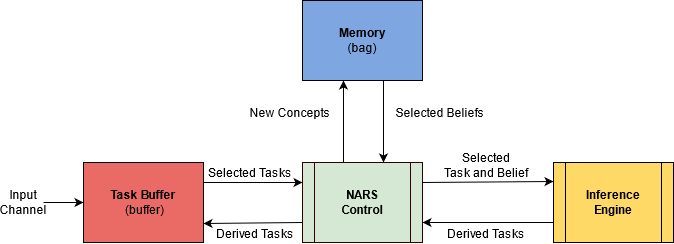
This is Documentation/Diagram.png from ccrock4t/NARS-Python, a draw.io export, as it was before one commit. Source tidied: cells renumbered, new cells last; positions are measured from the earlier drawing's top-left corner, leaving out a move shared by most shapes.
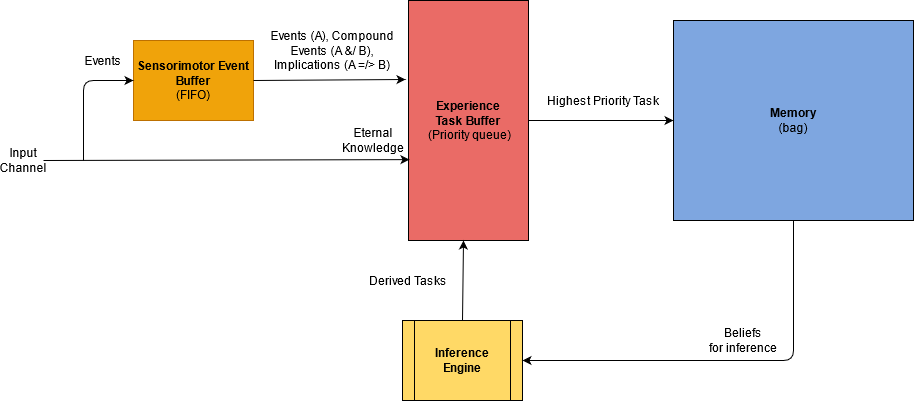
Above is the later version.

What changed in the source:
```diff
@@ -3,72 +3,68 @@
     <mxCell id="0" />
     <mxCell id="1" parent="0" />
     <mxCell id="2" value="&lt;div&gt;&lt;b&gt;Memory&lt;/b&gt;&lt;br&gt;&lt;/div&gt;&lt;div&gt;(bag)&lt;/div&gt;" style="rounded=0;whiteSpace=wrap;html=1;fillColor=#7EA6E0;" parent="1" vertex="1">
-      <mxGeometry x="299" width="120" height="80" as="geometry" />
+      <mxGeometry x="670" y="42" width="240" height="200" as="geometry" />
     </mxCell>
-    <mxCell id="3" value="&lt;b&gt;Task Buffer&lt;br&gt;&lt;/b&gt;&amp;nbsp;(buffer)" style="rounded=0;whiteSpace=wrap;html=1;fillColor=#EA6B66;" parent="1" vertex="1">
-      <mxGeometry x="80" y="162" width="120" height="80" as="geometry" />
+    <mxCell id="3" value="&lt;div&gt;&lt;b&gt;Experience&lt;br&gt;&lt;/b&gt;&lt;/div&gt;&lt;div&gt;&lt;b&gt;Task Buffer&lt;/b&gt;&lt;/div&gt;&amp;nbsp;(Priority queue)" style="rounded=0;whiteSpace=wrap;html=1;fillColor=#EA6B66;" parent="1" vertex="1">
+      <mxGeometry x="405" y="22" width="120" height="240" as="geometry" />
     </mxCell>
-    <mxCell id="4" value="Selected Tasks" style="text;html=1;strokeColor=none;fillColor=none;align=center;verticalAlign=middle;whiteSpace=wrap;rounded=0;" parent="1" vertex="1">
-      <mxGeometry x="200" y="162" width="94" height="20" as="geometry" />
-    </mxCell>
-    <mxCell id="5" value="Derived Tasks" style="text;html=1;strokeColor=none;fillColor=none;align=center;verticalAlign=middle;whiteSpace=wrap;rounded=0;" parent="1" vertex="1">
-      <mxGeometry x="436" y="223" width="94" height="20" as="geometry" />
-    </mxCell>
     <mxCell id="6" value="&lt;div&gt;&lt;b&gt;Inference&lt;/b&gt;&lt;/div&gt;&lt;div&gt;&lt;b&gt;Engine&lt;br&gt;&lt;/b&gt;&lt;/div&gt;" style="shape=process;whiteSpace=wrap;html=1;backgroundOutline=1;fillColor=#FFD966;" parent="1" vertex="1">
-      <mxGeometry x="550" y="162" width="120" height="80" as="geometry" />
+      <mxGeometry x="399" y="342" width="120" height="80" as="geometry" />
     </mxCell>
-    <mxCell id="7" style="endArrow=classic;html=1;fillColor=#ffffff;entryX=0;entryY=0.25;entryDx=0;entryDy=0;" parent="1" edge="1" target="14">
-      <mxGeometry relative="1" as="geometry">
-        <mxPoint x="200" y="182" as="sourcePoint" />
-      </mxGeometry>
-    </mxCell>
-    <mxCell id="8" style="endArrow=classic;html=1;fillColor=#ffffff;exitX=0.25;exitY=1;exitDx=0;exitDy=0;entryX=0.25;entryY=0;entryDx=0;entryDy=0;" parent="1" edge="1">
-      <mxGeometry relative="1" as="geometry">
-        <mxPoint x="380" y="80" as="sourcePoint" />
-        <mxPoint x="380" y="162" as="targetPoint" />
-      </mxGeometry>
-    </mxCell>
-    <mxCell id="9" style="endArrow=classic;html=1;fillColor=#ffffff;entryX=1;entryY=0.75;entryDx=0;entryDy=0;" parent="1" edge="1" target="14">
-      <mxGeometry relative="1" as="geometry">
-        <mxPoint x="550" y="222" as="sourcePoint" />
-      </mxGeometry>
-    </mxCell>
-    <mxCell id="10" style="endArrow=classic;html=1;fillColor=#ffffff;entryX=0;entryY=0.5;entryDx=0;entryDy=0;exitX=1;exitY=0.5;exitDx=0;exitDy=0;" parent="1" edge="1" source="11" target="3">
+    <mxCell id="10" style="endArrow=classic;html=1;fillColor=#ffffff;exitX=1;exitY=0.5;exitDx=0;exitDy=0;entryX=0.008;entryY=0.663;entryDx=0;entryDy=0;entryPerimeter=0;" parent="1" edge="1" source="11" target="3">
       <mxGeometry relative="1" as="geometry" />
     </mxCell>
     <mxCell id="11" value="&lt;div&gt;Input&lt;/div&gt;&lt;div&gt;Channel&lt;br&gt;&lt;/div&gt;" style="text;html=1;strokeColor=none;fillColor=none;align=center;verticalAlign=middle;whiteSpace=wrap;rounded=0;" parent="1" vertex="1">
-      <mxGeometry y="192" width="40" height="20" as="geometry" />
+      <mxGeometry y="172" width="40" height="20" as="geometry" />
     </mxCell>
-    <mxCell id="12" value="Selected Beliefs" style="text;html=1;strokeColor=none;fillColor=none;align=center;verticalAlign=middle;whiteSpace=wrap;rounded=0;" parent="1" vertex="1">
-      <mxGeometry x="390" y="102" width="94" height="20" as="geometry" />
-    </mxCell>
-    <mxCell id="13" style="endArrow=classic;html=1;entryX=0.75;entryY=1;entryDx=0;entryDy=0;exitX=0.75;exitY=0;exitDx=0;exitDy=0;" parent="1" edge="1">
-      <mxGeometry relative="1" as="geometry">
-        <mxPoint x="340" y="162" as="sourcePoint" />
-        <mxPoint x="340" y="80" as="targetPoint" />
-      </mxGeometry>
-    </mxCell>
-    <mxCell id="14" value="&lt;div&gt;&lt;b&gt;NARS&lt;/b&gt;&lt;/div&gt;&lt;div&gt;&lt;b&gt;Control&lt;br&gt;&lt;/b&gt;&lt;/div&gt;" style="shape=process;whiteSpace=wrap;html=1;backgroundOutline=1;fillColor=#d5e8d4;strokeColor=#330000;" parent="1" vertex="1">
-      <mxGeometry x="299" y="162" width="120" height="80" as="geometry" />
-    </mxCell>
-    <mxCell id="15" style="endArrow=classic;html=1;exitX=1;exitY=0.25;exitDx=0;exitDy=0;" parent="1" edge="1" source="14">
-      <mxGeometry relative="1" as="geometry">
-        <mxPoint x="550" y="181" as="targetPoint" />
-      </mxGeometry>
-    </mxCell>
-    <mxCell id="16" value="New Concepts" style="text;html=1;strokeColor=none;fillColor=none;align=center;verticalAlign=middle;whiteSpace=wrap;rounded=0;" parent="1" vertex="1">
-      <mxGeometry x="240" y="102" width="94" height="20" as="geometry" />
-    </mxCell>
-    <mxCell id="17" value="Selected&lt;br&gt;&lt;div&gt;Task and Belief&lt;/div&gt;" style="text;html=1;strokeColor=none;fillColor=none;align=center;verticalAlign=middle;whiteSpace=wrap;rounded=0;" parent="1" vertex="1">
-      <mxGeometry x="436" y="155" width="94" height="20" as="geometry" />
-    </mxCell>
-    <mxCell id="18" style="endArrow=classic;html=1;fillColor=#ffffff;exitX=0;exitY=0.75;exitDx=0;exitDy=0;" parent="1" edge="1" source="14">
-      <mxGeometry relative="1" as="geometry">
-        <mxPoint x="200" y="223" as="targetPoint" />
-      </mxGeometry>
-    </mxCell>
-    <mxCell id="19" value="Derived Tasks" style="text;html=1;strokeColor=none;fillColor=none;align=center;verticalAlign=middle;whiteSpace=wrap;rounded=0;" parent="1" vertex="1">
-      <mxGeometry x="205" y="223" width="94" height="20" as="geometry" />
-    </mxCell>
+    <mxCell id="20" value="&lt;div&gt;&lt;b&gt;Sensorimotor Event Buffer &lt;br&gt;&lt;/b&gt;&lt;/div&gt;&lt;div&gt;(FIFO)&lt;/div&gt;" style="rounded=0;whiteSpace=wrap;html=1;fillColor=#f0a30a;strokeColor=#BD7000;fontColor=#000000;" parent="1" vertex="1">
+      <mxGeometry x="130" y="62" width="120" height="80" as="geometry" />
+    </mxCell>
+    <mxCell id="21" style="endArrow=classic;html=1;entryX=0;entryY=0.5;entryDx=0;entryDy=0;" parent="1" edge="1" target="20">
+      <mxGeometry relative="1" as="geometry">
+        <mxPoint x="80" y="182" as="sourcePoint" />
+        <Array as="points">
+          <mxPoint x="80" y="102" />
+        </Array>
+      </mxGeometry>
+    </mxCell>
+    <mxCell id="22" style="endArrow=classic;html=1;exitX=1;exitY=0.5;exitDx=0;exitDy=0;" parent="1" edge="1" source="20">
+      <mxGeometry relative="1" as="geometry">
+        <mxPoint x="402" y="101" as="targetPoint" />
+      </mxGeometry>
+    </mxCell>
+    <mxCell id="23" value="Events" style="text;html=1;strokeColor=none;fillColor=none;align=center;verticalAlign=middle;whiteSpace=wrap;rounded=0;" parent="1" vertex="1">
+      <mxGeometry x="80" y="72" width="40" height="20" as="geometry" />
+    </mxCell>
+    <mxCell id="24" value="Eternal Knowledge" style="text;html=1;strokeColor=none;fillColor=none;align=center;verticalAlign=middle;whiteSpace=wrap;rounded=0;" parent="1" vertex="1">
+      <mxGeometry x="350" y="142" width="40" height="40" as="geometry" />
+    </mxCell>
+    <mxCell id="25" style="endArrow=classic;html=1;exitX=1;exitY=0.5;exitDx=0;exitDy=0;entryX=0;entryY=0.5;entryDx=0;entryDy=0;" parent="1" edge="1" source="3" target="2">
+      <mxGeometry relative="1" as="geometry" />
+    </mxCell>
+    <mxCell id="26" value="Events (A), Compound Events (A &amp;amp;/ B), Implications (A =/&amp;gt; B)" style="text;html=1;strokeColor=none;fillColor=none;align=center;verticalAlign=middle;whiteSpace=wrap;rounded=0;" parent="1" vertex="1">
+      <mxGeometry x="259" y="62" width="140" height="20" as="geometry" />
+    </mxCell>
+    <mxCell id="27" value="&lt;div&gt;Highest Priority Task&lt;/div&gt;" style="text;html=1;strokeColor=none;fillColor=none;align=center;verticalAlign=middle;whiteSpace=wrap;rounded=0;" parent="1" vertex="1">
+      <mxGeometry x="530" y="112" width="140" height="20" as="geometry" />
+    </mxCell>
+    <mxCell id="28" style="endArrow=classic;html=1;exitX=0.5;exitY=1;exitDx=0;exitDy=0;entryX=1;entryY=0.5;entryDx=0;entryDy=0;" parent="1" edge="1" source="2" target="6">
+      <mxGeometry relative="1" as="geometry">
+        <Array as="points">
+          <mxPoint x="790" y="382" />
+        </Array>
+      </mxGeometry>
+    </mxCell>
+    <mxCell id="29" value="&lt;div&gt;Beliefs&lt;/div&gt;&lt;div&gt;for inference&lt;/div&gt;" style="text;html=1;strokeColor=none;fillColor=none;align=center;verticalAlign=middle;whiteSpace=wrap;rounded=0;" parent="1" vertex="1">
+      <mxGeometry x="670" y="352" width="140" height="20" as="geometry" />
+    </mxCell>
+    <mxCell id="30" style="endArrow=classic;html=1;exitX=0.5;exitY=0;exitDx=0;exitDy=0;" parent="1" edge="1" source="6">
+      <mxGeometry relative="1" as="geometry">
+        <mxPoint x="460" y="262" as="targetPoint" />
+      </mxGeometry>
+    </mxCell>
+    <mxCell id="31" value="Derived Tasks" style="text;html=1;strokeColor=none;fillColor=none;align=center;verticalAlign=middle;whiteSpace=wrap;rounded=0;" parent="1" vertex="1">
+      <mxGeometry x="335" y="292" width="140" height="20" as="geometry" />
+    </mxCell>
   </root>
 </mxGraphModel>
```
